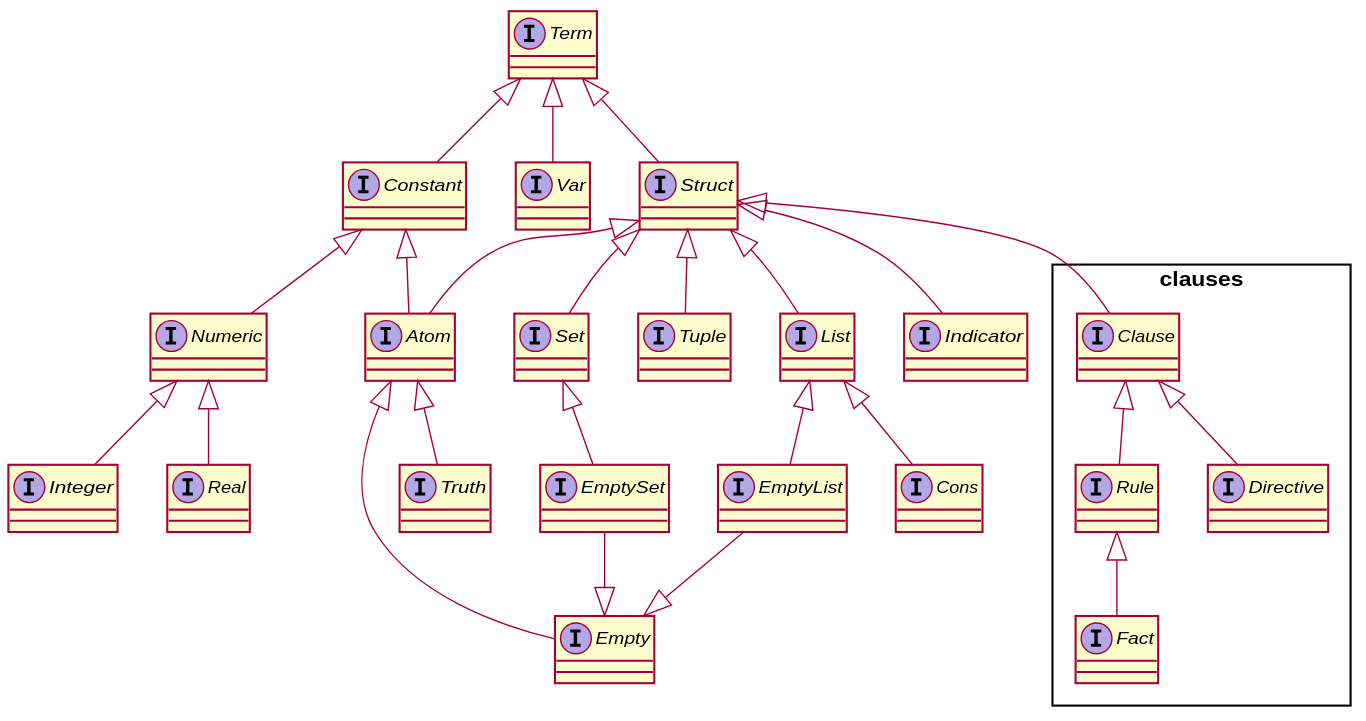
This is img/terms-nofields.svg from gciatto-unibo/2p-kt-presentation, a PlantUML export, as it was before one commit.
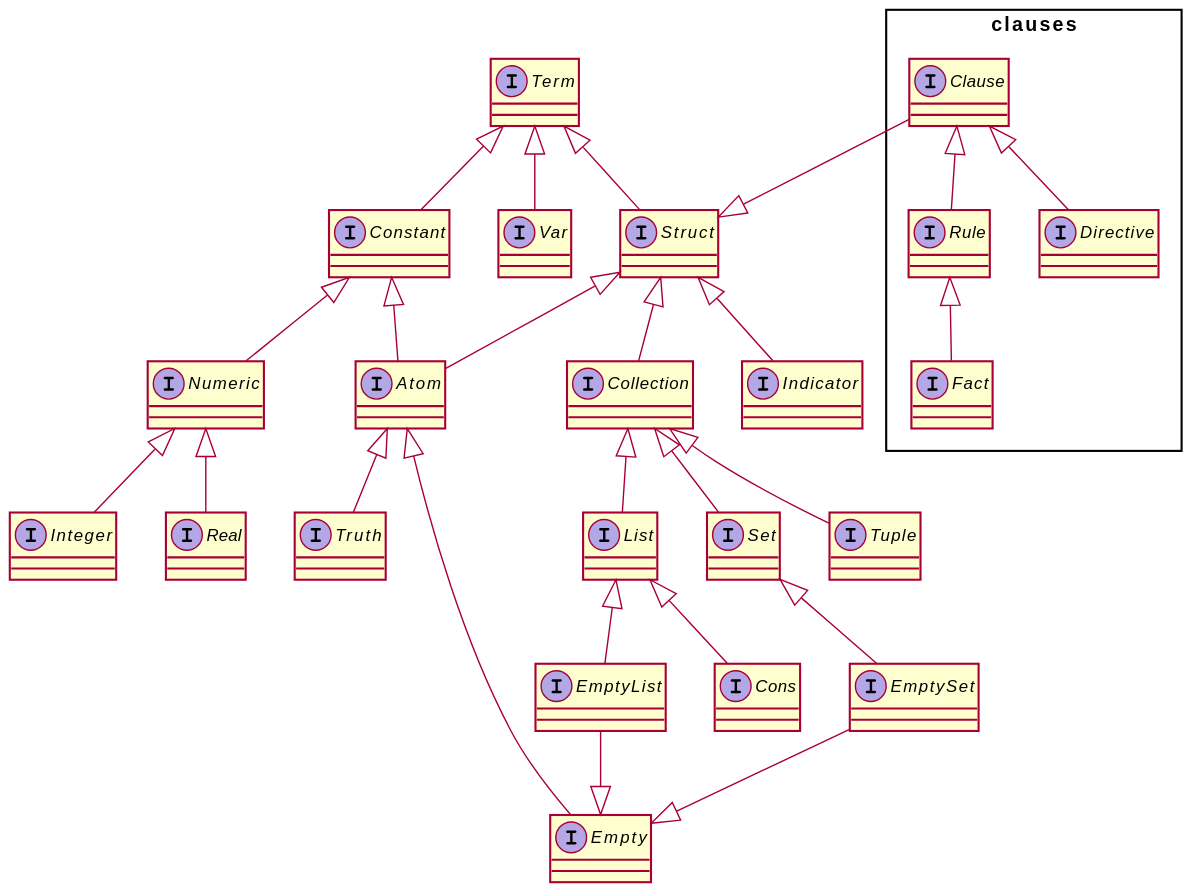
Later version of the same file.

Change to the diagram source:
```diff
@@ -3,6 +3,7 @@
 
 interface Term
 interface Constant
+interface Collection
 interface Var
 interface Struct
 interface Numeric
@@ -30,10 +31,12 @@
 Numeric <|-down- Integer
 
 Struct <|-down- Atom
-Struct <|-down- List
-Struct <|-down- Tuple
-Struct <|-down- Set
 Struct <|-down- Indicator
+Struct <|-down- Collection
+
+Collection <|-down- List
+Collection <|-down- Tuple
+Collection <|-down- Set
 
 Atom <|-down- Truth
 Atom <|-down- Empty
@@ -51,7 +54,7 @@
     interface Rule
     interface Directive
     interface Fact
-    Struct <|-down- Clause
+    Clause --|> Struct
     Clause <|-down- Rule
     Clause <|-down- Directive
     Rule <|-down- Fact
```
